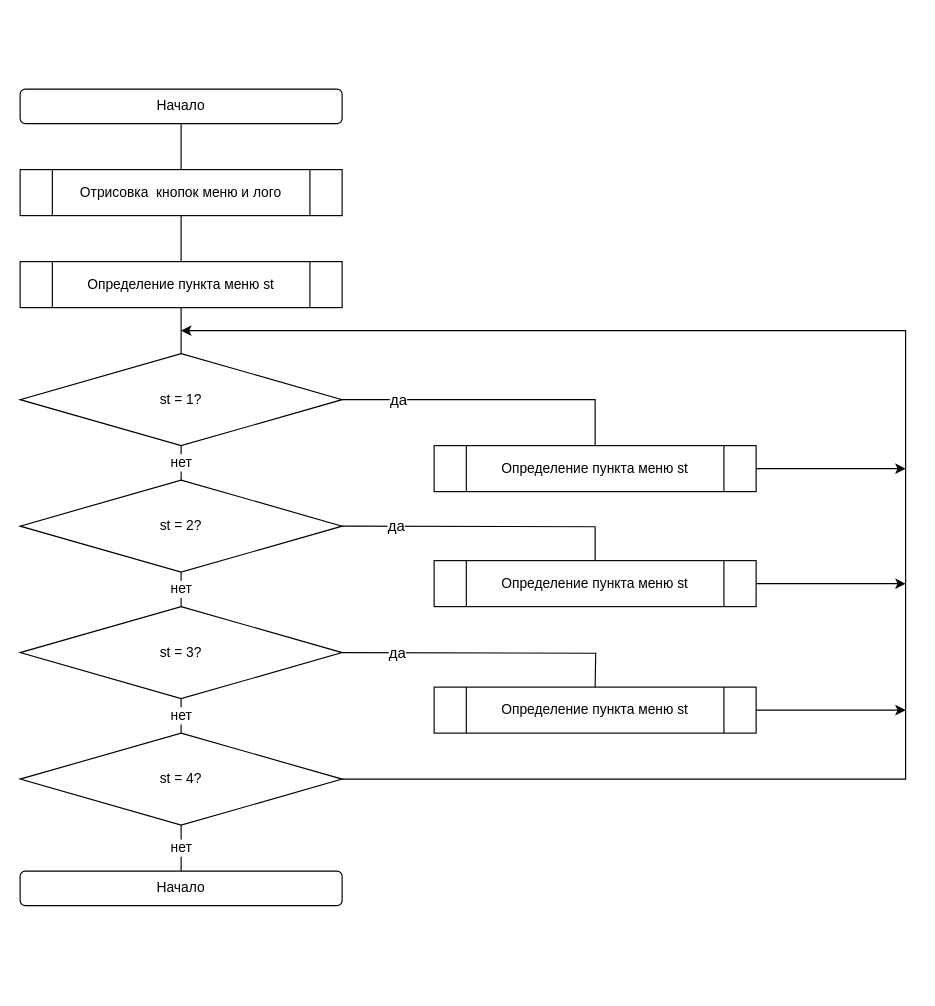
This is Documents/Алгоритм меню.drawio from Ufguff/MAJONG, a draw.io file, before an edit. Source tidied: cells renumbered, new cells numbered last; positions are measured from the earlier drawing's top-left corner, leaving out a move shared by most shapes. Both pictures are drawn from the tidied source at 115%, with x=0, y=0 at pixel (20, 89).
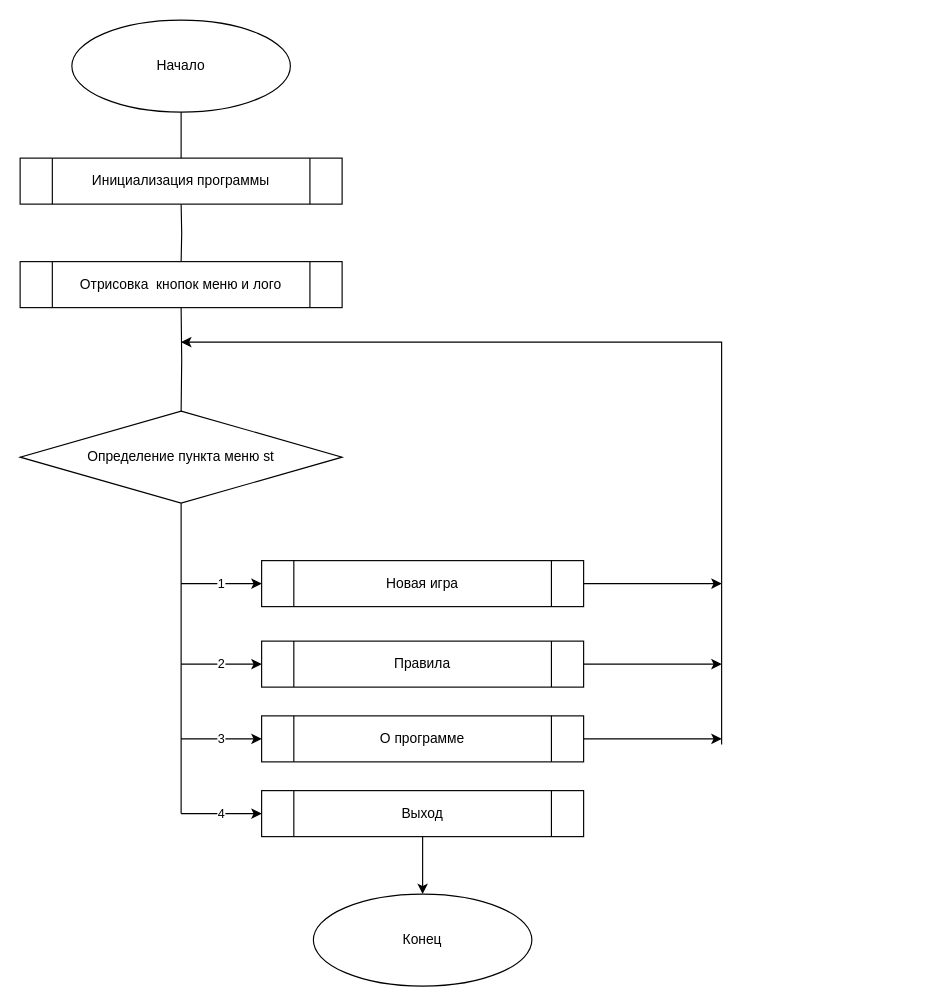
The same diagram, later.

Diff of the diagram source:
```diff
@@
-    <mxCell id="2" style="edgeStyle=orthogonalEdgeStyle;rounded=0;jettySize=auto;html=1;exitX=0.5;exitY=1;exitDx=0;exitDy=0;entryX=0.5;entryY=0;entryDx=0;entryDy=0;endArrow=none;endFill=0;" parent="1" edge="1" source="3" target="8">
-      <mxGeometry relative="1" as="geometry" />
+    <mxCell id="2" style="edgeStyle=orthogonalEdgeStyle;rounded=0;jettySize=auto;html=1;entryX=0.5;entryY=0;entryDx=0;entryDy=0;endArrow=none;endFill=0;" parent="1" edge="1" target="8">
+      <mxGeometry relative="1" as="geometry">
+        <mxPoint x="140" y="100" as="sourcePoint" />
+      </mxGeometry>
     </mxCell>
-    <mxCell id="3" value="Начало" style="rounded=1;whiteSpace=wrap;html=1;" parent="1" vertex="1">
-      <mxGeometry width="280" height="30" as="geometry" />
-    </mxCell>
-    <mxCell id="4" value="нет" style="edgeStyle=orthogonalEdgeStyle;rounded=0;jettySize=auto;html=1;exitX=0.5;exitY=1;exitDx=0;exitDy=0;entryX=0.5;entryY=0;entryDx=0;entryDy=0;endArrow=none;endFill=0;fontSize=12;" parent="1" edge="1" source="6" target="12">
-      <mxGeometry relative="1" as="geometry" />
-    </mxCell>
-    <mxCell id="5" value="&lt;div style=&quot;font-size: 13px;&quot;&gt;да&lt;/div&gt;" style="edgeStyle=orthogonalEdgeStyle;rounded=0;jettySize=auto;html=1;exitX=1;exitY=0.5;exitDx=0;exitDy=0;entryX=0.5;entryY=0;entryDx=0;entryDy=0;endArrow=none;endFill=0;align=center;horizontal=1;" parent="1" edge="1" source="6" target="18">
-      <mxGeometry x="-0.62" relative="1" as="geometry" />
-    </mxCell>
-    <mxCell id="6" value="st = 1?" style="rhombus;whiteSpace=wrap;html=1;" parent="1" vertex="1">
-      <mxGeometry y="230" width="280" height="80" as="geometry" />
+    <mxCell id="6" value="Определение пункта меню st" style="rhombus;whiteSpace=wrap;html=1;" parent="1" vertex="1">
+      <mxGeometry y="280" width="280" height="80" as="geometry" />
     </mxCell>
-    <mxCell id="7" style="edgeStyle=orthogonalEdgeStyle;rounded=0;jettySize=auto;html=1;exitX=0.5;exitY=1;exitDx=0;exitDy=0;entryX=0.5;entryY=0;entryDx=0;entryDy=0;endArrow=none;endFill=0;" parent="1" edge="1" source="8" target="10">
-      <mxGeometry relative="1" as="geometry" />
+    <mxCell id="7" style="edgeStyle=orthogonalEdgeStyle;rounded=0;jettySize=auto;html=1;exitX=0.5;exitY=1;exitDx=0;exitDy=0;endArrow=none;endFill=0;" parent="1" edge="1" source="8">
+      <mxGeometry relative="1" as="geometry">
+        <mxPoint x="140" y="190" as="targetPoint" />
+      </mxGeometry>
     </mxCell>
     <mxCell id="8" value="Отрисовка&amp;nbsp; кнопок меню и лого" style="shape=process;whiteSpace=wrap;html=1;backgroundOutline=1;" parent="1" vertex="1">
-      <mxGeometry y="70" width="280" height="40" as="geometry" />
+      <mxGeometry y="150" width="280" height="40" as="geometry" />
     </mxCell>
-    <mxCell id="9" style="edgeStyle=orthogonalEdgeStyle;rounded=0;jettySize=auto;html=1;exitX=0.5;exitY=1;exitDx=0;exitDy=0;entryX=0.5;entryY=0;entryDx=0;entryDy=0;endArrow=none;endFill=0;" parent="1" edge="1" source="10" target="6">
-      <mxGeometry relative="1" as="geometry" />
+    <mxCell id="9" style="edgeStyle=orthogonalEdgeStyle;rounded=0;jettySize=auto;html=1;exitX=0.5;exitY=1;exitDx=0;exitDy=0;entryX=0.5;entryY=0;entryDx=0;entryDy=0;endArrow=none;endFill=0;" parent="1" edge="1" target="6">
+      <mxGeometry relative="1" as="geometry">
+        <mxPoint x="140" y="190" as="sourcePoint" />
+      </mxGeometry>
     </mxCell>
-    <mxCell id="10" value="Определение пункта меню st" style="shape=process;whiteSpace=wrap;html=1;backgroundOutline=1;" parent="1" vertex="1">
-      <mxGeometry y="150" width="280" height="40" as="geometry" />
-    </mxCell>
-    <mxCell id="11" value="нет" style="edgeStyle=orthogonalEdgeStyle;rounded=0;jettySize=auto;html=1;exitX=0.5;exitY=1;exitDx=0;exitDy=0;entryX=0.5;entryY=0;entryDx=0;entryDy=0;endArrow=none;endFill=0;fontSize=12;" parent="1" edge="1" source="12" target="14">
-      <mxGeometry relative="1" as="geometry" />
-    </mxCell>
-    <mxCell id="12" value="st = 2?" style="rhombus;whiteSpace=wrap;html=1;" parent="1" vertex="1">
-      <mxGeometry y="340" width="280" height="80" as="geometry" />
-    </mxCell>
-    <mxCell id="13" value="нет" style="edgeStyle=orthogonalEdgeStyle;rounded=0;jettySize=auto;html=1;exitX=0.5;exitY=1;exitDx=0;exitDy=0;entryX=0.5;entryY=0;entryDx=0;entryDy=0;endArrow=none;endFill=0;fontSize=12;" parent="1" edge="1" source="14" target="16">
-      <mxGeometry relative="1" as="geometry" />
-    </mxCell>
-    <mxCell id="14" value="st = 3?" style="rhombus;whiteSpace=wrap;html=1;" parent="1" vertex="1">
-      <mxGeometry y="450" width="280" height="80" as="geometry" />
-    </mxCell>
-    <mxCell id="15" value="нет" style="edgeStyle=orthogonalEdgeStyle;rounded=0;jettySize=auto;html=1;exitX=0.5;exitY=1;exitDx=0;exitDy=0;entryX=0.5;entryY=0;entryDx=0;entryDy=0;endArrow=none;endFill=0;fontSize=12;" parent="1" edge="1" source="16" target="23">
-      <mxGeometry relative="1" as="geometry" />
-    </mxCell>
-    <mxCell id="16" value="st = 4?" style="rhombus;whiteSpace=wrap;html=1;" parent="1" vertex="1">
-      <mxGeometry y="560" width="280" height="80" as="geometry" />
-    </mxCell>
     <mxCell id="17" style="edgeStyle=orthogonalEdgeStyle;rounded=0;jettySize=auto;html=1;exitX=1;exitY=0.5;exitDx=0;exitDy=0;endArrow=classic;endFill=1;" parent="1" edge="1" source="18">
       <mxGeometry relative="1" as="geometry">
-        <mxPoint x="770" y="330" as="targetPoint" />
+        <mxPoint x="610" y="430" as="targetPoint" />
       </mxGeometry>
     </mxCell>
-    <mxCell id="18" value="Определение пункта меню st" style="shape=process;whiteSpace=wrap;html=1;backgroundOutline=1;" parent="1" vertex="1">
-      <mxGeometry x="360" y="310" width="280" height="40" as="geometry" />
+    <mxCell id="18" value="Новая игра" style="shape=process;whiteSpace=wrap;html=1;backgroundOutline=1;" parent="1" vertex="1">
+      <mxGeometry x="210" y="410" width="280" height="40" as="geometry" />
     </mxCell>
     <mxCell id="19" style="edgeStyle=orthogonalEdgeStyle;rounded=0;jettySize=auto;html=1;exitX=1;exitY=0.5;exitDx=0;exitDy=0;endArrow=classic;endFill=1;" parent="1" edge="1" source="20">
       <mxGeometry relative="1" as="geometry">
-        <mxPoint x="770" y="430" as="targetPoint" />
+        <mxPoint x="610" y="500" as="targetPoint" />
       </mxGeometry>
     </mxCell>
-    <mxCell id="20" value="Определение пункта меню st" style="shape=process;whiteSpace=wrap;html=1;backgroundOutline=1;" parent="1" vertex="1">
-      <mxGeometry x="360" y="410" width="280" height="40" as="geometry" />
+    <mxCell id="20" value="Правила" style="shape=process;whiteSpace=wrap;html=1;backgroundOutline=1;" parent="1" vertex="1">
+      <mxGeometry x="210" y="480" width="280" height="40" as="geometry" />
     </mxCell>
     <mxCell id="21" style="edgeStyle=orthogonalEdgeStyle;rounded=0;jettySize=auto;html=1;exitX=1;exitY=0.5;exitDx=0;exitDy=0;endArrow=classic;endFill=1;" parent="1" edge="1" source="22">
       <mxGeometry relative="1" as="geometry">
-        <mxPoint x="770" y="540" as="targetPoint" />
+        <mxPoint x="610" y="565" as="targetPoint" />
       </mxGeometry>
     </mxCell>
-    <mxCell id="22" value="Определение пункта меню st" style="shape=process;whiteSpace=wrap;html=1;backgroundOutline=1;" parent="1" vertex="1">
-      <mxGeometry x="360" y="520" width="280" height="40" as="geometry" />
+    <mxCell id="22" value="О программе" style="shape=process;whiteSpace=wrap;html=1;backgroundOutline=1;" parent="1" vertex="1">
+      <mxGeometry x="210" y="545" width="280" height="40" as="geometry" />
     </mxCell>
-    <mxCell id="23" value="Начало" style="rounded=1;whiteSpace=wrap;html=1;" parent="1" vertex="1">
-      <mxGeometry y="680" width="280" height="30" as="geometry" />
-    </mxCell>
-    <mxCell id="24" style="endArrow=classic;html=1;rounded=0;exitX=1;exitY=0.5;exitDx=0;exitDy=0;" parent="1" edge="1" source="16">
-      <mxGeometry relative="1" as="geometry">
-        <mxPoint x="140" y="210" as="targetPoint" />
-        <Array as="points">
-          <mxPoint x="770" y="600" />
-          <mxPoint x="770" y="210" />
-        </Array>
-      </mxGeometry>
-    </mxCell>
-    <mxCell id="25" value="&lt;div style=&quot;font-size: 13px;&quot;&gt;да&lt;/div&gt;" style="edgeStyle=orthogonalEdgeStyle;rounded=0;jettySize=auto;html=1;endArrow=none;endFill=0;align=center;horizontal=1;entryX=0.5;entryY=0;entryDx=0;entryDy=0;" parent="1" edge="1" target="20">
-      <mxGeometry x="-0.62" relative="1" as="geometry">
-        <mxPoint x="280" y="380" as="sourcePoint" />
-      </mxGeometry>
-    </mxCell>
-    <mxCell id="26" value="&lt;div style=&quot;font-size: 13px;&quot;&gt;да&lt;/div&gt;" style="edgeStyle=orthogonalEdgeStyle;rounded=0;orthogonalLoop=1;jettySize=auto;html=1;endArrow=none;endFill=0;align=center;horizontal=1;" parent="1" edge="1">
-      <mxGeometry x="-0.62" relative="1" as="geometry">
-        <mxPoint x="280" y="490" as="sourcePoint" />
-        <mxPoint x="500" y="520" as="targetPoint" />
-      </mxGeometry>
-    </mxCell>
+    <mxCell id="27" value="Выход" style="shape=process;whiteSpace=wrap;html=1;backgroundOutline=1;" parent="1" vertex="1">
+      <mxGeometry x="210" y="610" width="280" height="40" as="geometry" />
+    </mxCell>
+    <mxCell id="28" style="endArrow=none;html=1;rounded=0;exitX=0.5;exitY=1;exitDx=0;exitDy=0;edgeStyle=orthogonalEdgeStyle;endFill=0;" parent="1" edge="1" source="6">
+      <mxGeometry relative="1" as="geometry">
+        <mxPoint x="140" y="630" as="targetPoint" />
+      </mxGeometry>
+    </mxCell>
+    <mxCell id="29" value="1" style="endArrow=classic;html=1;rounded=0;entryX=0;entryY=0.5;entryDx=0;entryDy=0;" parent="1" edge="1" target="18">
+      <mxGeometry relative="1" as="geometry">
+        <mxPoint x="140" y="430" as="sourcePoint" />
+      </mxGeometry>
+    </mxCell>
+    <mxCell id="30" value="2" style="endArrow=classic;html=1;rounded=0;entryX=0;entryY=0.5;entryDx=0;entryDy=0;" parent="1" edge="1" target="20">
+      <mxGeometry relative="1" as="geometry">
+        <mxPoint x="140" y="500" as="sourcePoint" />
+      </mxGeometry>
+    </mxCell>
+    <mxCell id="31" value="3" style="endArrow=classic;html=1;rounded=0;entryX=0;entryY=0.5;entryDx=0;entryDy=0;" parent="1" edge="1" target="22">
+      <mxGeometry relative="1" as="geometry">
+        <mxPoint x="140" y="565" as="sourcePoint" />
+      </mxGeometry>
+    </mxCell>
+    <mxCell id="32" style="endArrow=classic;html=1;rounded=0;exitX=0.5;exitY=1;exitDx=0;exitDy=0;" parent="1" edge="1" source="27">
+      <mxGeometry relative="1" as="geometry">
+        <mxPoint x="350" y="700" as="targetPoint" />
+      </mxGeometry>
+    </mxCell>
+    <mxCell id="33" value="4" style="endArrow=classic;html=1;rounded=0;entryX=0;entryY=0.5;entryDx=0;entryDy=0;" parent="1" edge="1" target="27">
+      <mxGeometry relative="1" as="geometry">
+        <mxPoint x="140" y="630" as="sourcePoint" />
+      </mxGeometry>
+    </mxCell>
+    <mxCell id="34" style="endArrow=classic;html=1;rounded=0;edgeStyle=orthogonalEdgeStyle;" parent="1" edge="1">
+      <mxGeometry relative="1" as="geometry">
+        <mxPoint x="610" y="570" as="sourcePoint" />
+        <mxPoint x="140" y="220" as="targetPoint" />
+        <Array as="points">
+          <mxPoint x="610" y="220" />
+        </Array>
+      </mxGeometry>
+    </mxCell>
+    <mxCell id="35" value="Начало" style="ellipse;whiteSpace=wrap;html=1;" parent="1" vertex="1">
+      <mxGeometry x="45" y="-60" width="190" height="80" as="geometry" />
+    </mxCell>
+    <mxCell id="36" value="Конец" style="ellipse;whiteSpace=wrap;html=1;" parent="1" vertex="1">
+      <mxGeometry x="255" y="700" width="190" height="80" as="geometry" />
+    </mxCell>
+    <mxCell id="37" value="Инициализация программы" style="shape=process;whiteSpace=wrap;html=1;backgroundOutline=1;" parent="1" vertex="1">
+      <mxGeometry y="60" width="280" height="40" as="geometry" />
+    </mxCell>
+    <mxCell id="38" style="endArrow=none;html=1;rounded=0;entryX=0.5;entryY=1;entryDx=0;entryDy=0;exitX=0.5;exitY=0;exitDx=0;exitDy=0;" parent="1" edge="1" source="37" target="35">
+      <mxGeometry relative="1" as="geometry" />
+    </mxCell>
```
